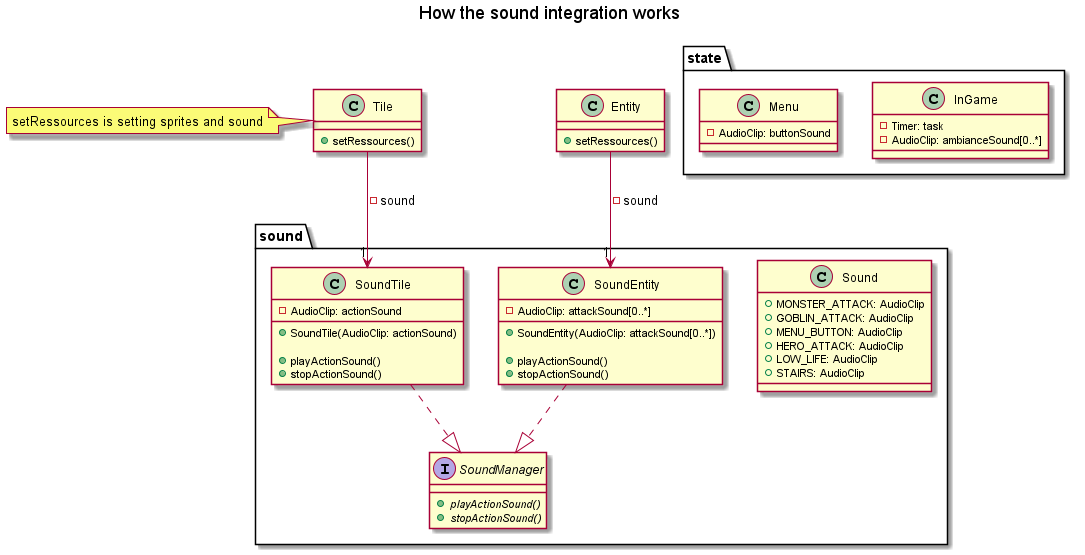
Reynault/ACL_2019_Zelpop keeps this PlantUML diagram as doc/4_sprint/diagrams/class/sound.png. Above is the earlier version.
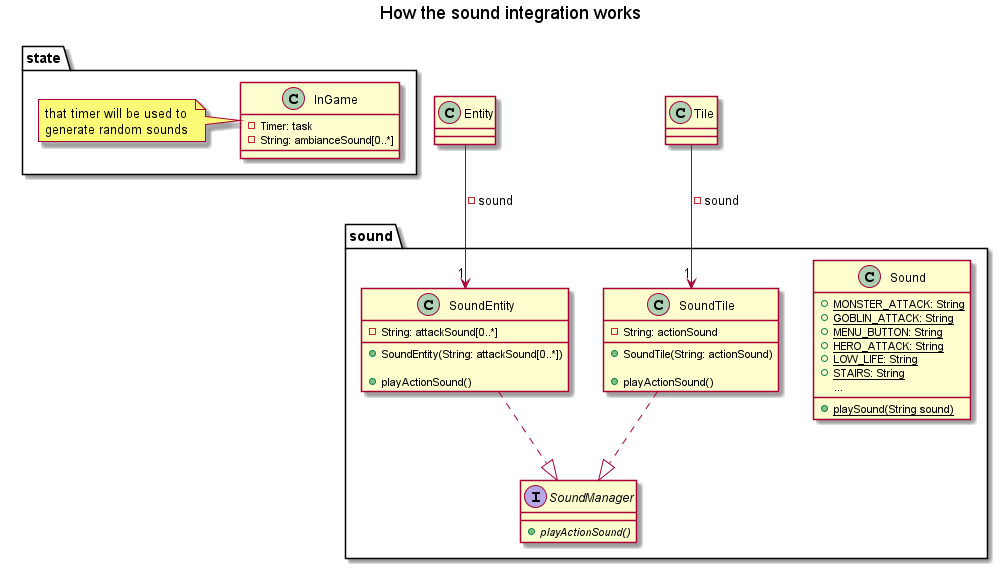
The same file after the commit.

What changed in the source:
```diff
@@ -5,35 +5,34 @@
 package sound{
 
     class Sound{
-        + MONSTER_ATTACK: AudioClip
-        + GOBLIN_ATTACK: AudioClip
-        + MENU_BUTTON: AudioClip
-        + HERO_ATTACK: AudioClip
-        + LOW_LIFE: AudioClip
-        + STAIRS: AudioClip
+        + {static}MONSTER_ATTACK: String
+        + {static}GOBLIN_ATTACK: String
+        + {static}MENU_BUTTON: String
+        + {static}HERO_ATTACK: String
+        + {static}LOW_LIFE: String
+        + {static}STAIRS: String
+        ...
+        + {static}playSound(String sound)
     }
 
     class SoundEntity{
-        - AudioClip: attackSound[0..*]
+        - String: attackSound[0..*]
 
-        + SoundEntity(AudioClip: attackSound[0..*])
+        + SoundEntity(String: attackSound[0..*])
 
         + playActionSound()
-        + stopActionSound()
     }
 
 
     class SoundTile{
-        - AudioClip: actionSound
-        + SoundTile(AudioClip: actionSound)
+        - String: actionSound
+        + SoundTile(String: actionSound)
 
         + playActionSound()
-        + stopActionSound()
     }
 
     interface SoundManager{
         + {abstract} playActionSound()
-        + {abstract} stopActionSound()
     }
 }
 
@@ -41,23 +40,11 @@
 
     class InGame{
         - Timer: task
-        - AudioClip: ambianceSound[0..*]
+        - String: ambianceSound[0..*]
     }
-
-    class Menu{
-        - AudioClip: buttonSound
-    }
+    note left: that timer will be used to \ngenerate random sounds
 
 }
-
-class Entity{
-    + setRessources()
-}
-
-class Tile{
-    + setRessources()
-}
-note left: setRessources is setting sprites and sound
 
 Entity --> "1" SoundEntity: -sound
 Tile --> "1" SoundTile: -sound
```
